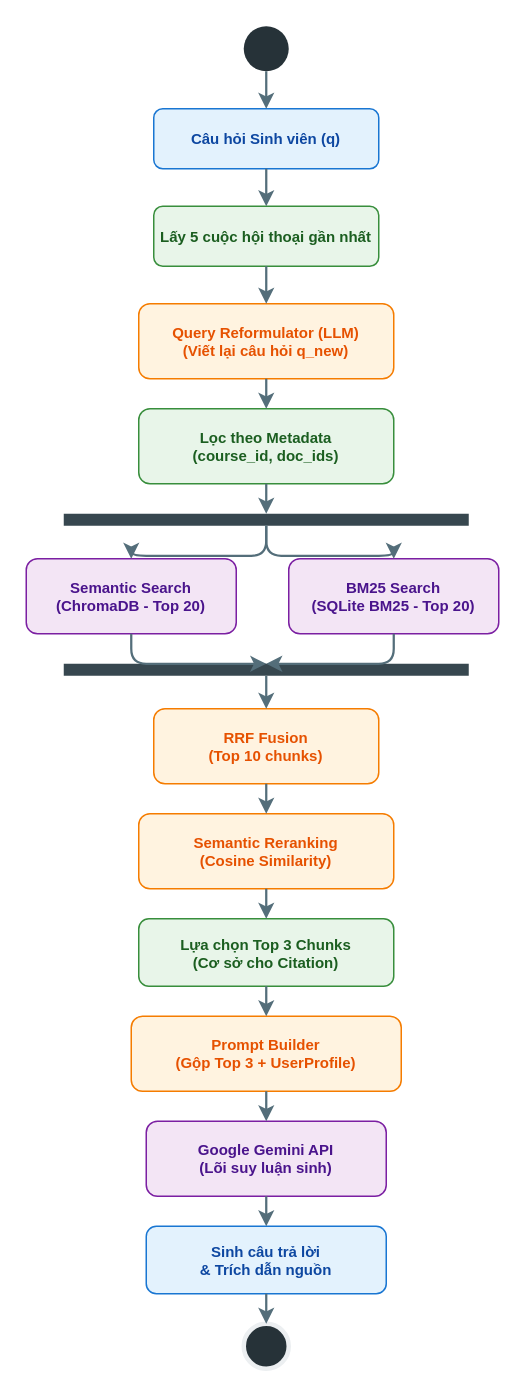
This is page "Retrieval" (5 of 12) of RAG_Chatbot_Design.drawio from haudo1207/personalized-lms-rag-chatbot, a draw.io file, before an edit. Source tidied: cells renumbered, new cells numbered last; positions are measured from the earlier drawing's top-left corner, leaving out a move shared by most shapes. Both pictures are drawn from the tidied source at 150%, with x=0, y=0 at pixel (26, 26).
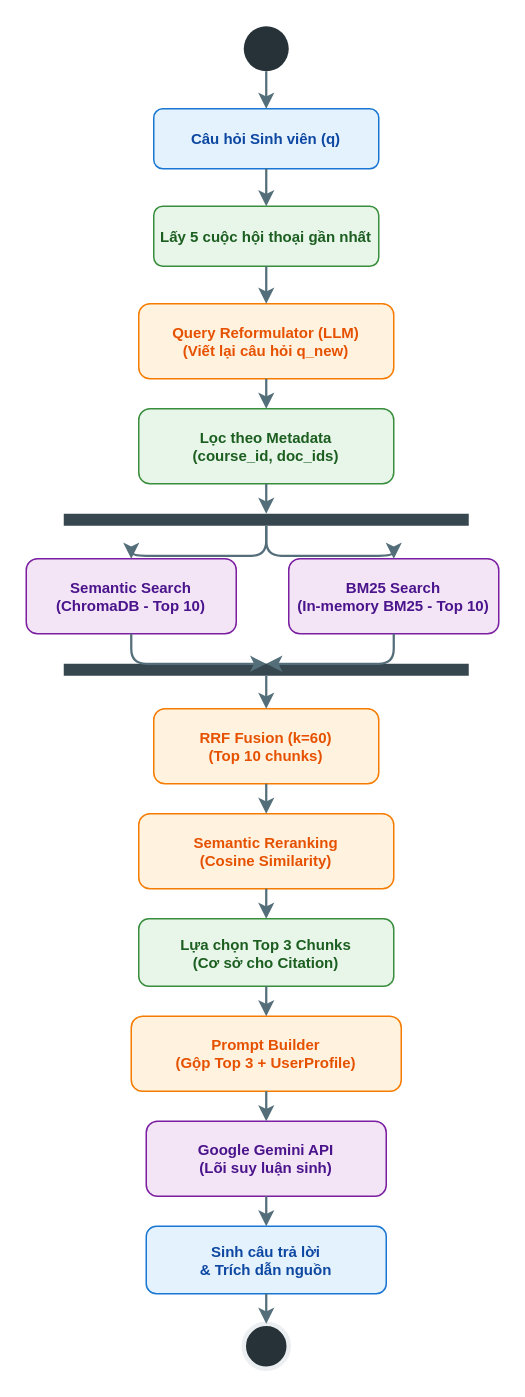
After the change.

The edit, as a diff of the source:
```diff
@@
-    <mxCell id="8" value="Semantic Search&#10;(ChromaDB - Top 20)" style="rounded=1;whiteSpace=wrap;html=1;fillColor=#F3E5F5;strokeColor=#7B1FA2;fontColor=#4A148C;fontStyle=1;fontSize=10;" parent="1" vertex="1">
+    <mxCell id="8" value="Semantic Search&#10;(ChromaDB - Top 10)" style="rounded=1;whiteSpace=wrap;html=1;fillColor=#F3E5F5;strokeColor=#7B1FA2;fontColor=#4A148C;fontStyle=1;fontSize=10;" parent="1" vertex="1">
       <mxGeometry y="355" width="140" height="50" as="geometry" />
     </mxCell>
-    <mxCell id="9" value="BM25 Search&#10;(SQLite BM25 - Top 20)" style="rounded=1;whiteSpace=wrap;html=1;fillColor=#F3E5F5;strokeColor=#7B1FA2;fontColor=#4A148C;fontStyle=1;fontSize=10;" parent="1" vertex="1">
+    <mxCell id="9" value="BM25 Search&#10;(In-memory BM25 - Top 10)" style="rounded=1;whiteSpace=wrap;html=1;fillColor=#F3E5F5;strokeColor=#7B1FA2;fontColor=#4A148C;fontStyle=1;fontSize=10;" parent="1" vertex="1">
       <mxGeometry x="175" y="355" width="140" height="50" as="geometry" />
     </mxCell>
@@
-    <mxCell id="11" value="RRF Fusion&#10;(Top 10 chunks)" style="rounded=1;whiteSpace=wrap;html=1;fillColor=#FFF3E0;strokeColor=#F57C00;fontColor=#E65100;fontStyle=1;fontSize=10;" parent="1" vertex="1">
+    <mxCell id="11" value="RRF Fusion (k=60)&#10;(Top 10 chunks)" style="rounded=1;whiteSpace=wrap;html=1;fillColor=#FFF3E0;strokeColor=#F57C00;fontColor=#E65100;fontStyle=1;fontSize=10;" parent="1" vertex="1">
       <mxGeometry x="85" y="455" width="150" height="50" as="geometry" />
     </mxCell>
```
